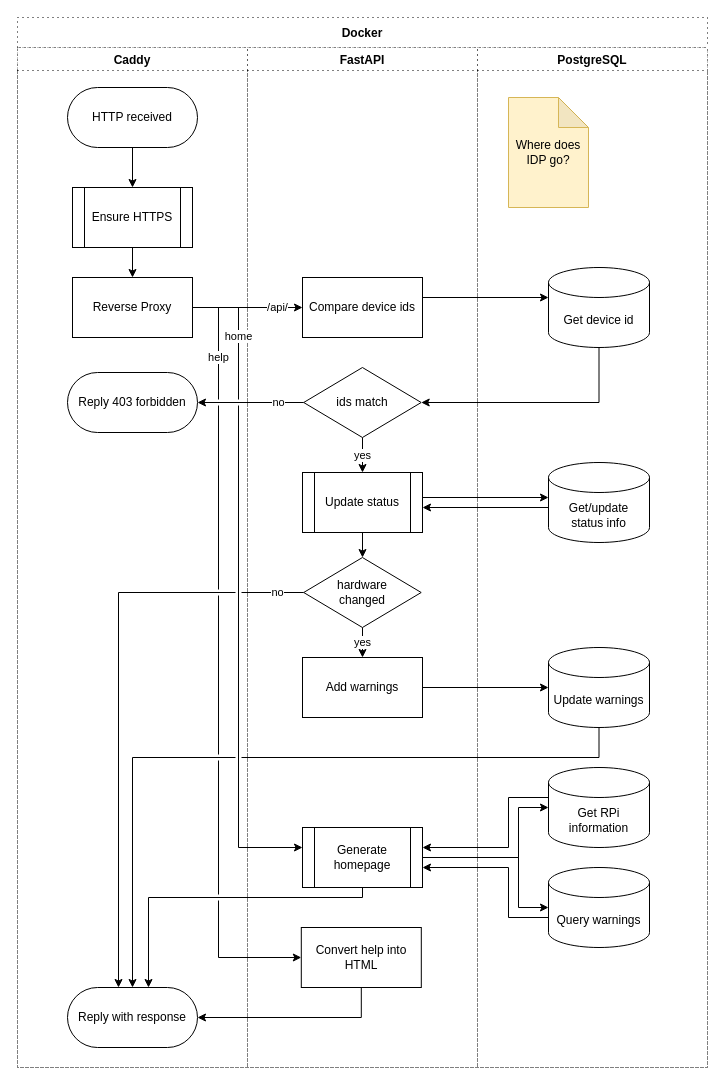
B-McDonnell/autopi keeps this draw.io diagram as docs/diagrams/server-arch.drawio. Above is the earlier version. Source tidied: cells renumbered, new cells numbered last; positions are measured from the earlier drawing's top-left corner, leaving out a move shared by most shapes. Both pictures are drawn from the tidied source at 100%, with x=0, y=0 at pixel (17, 17).
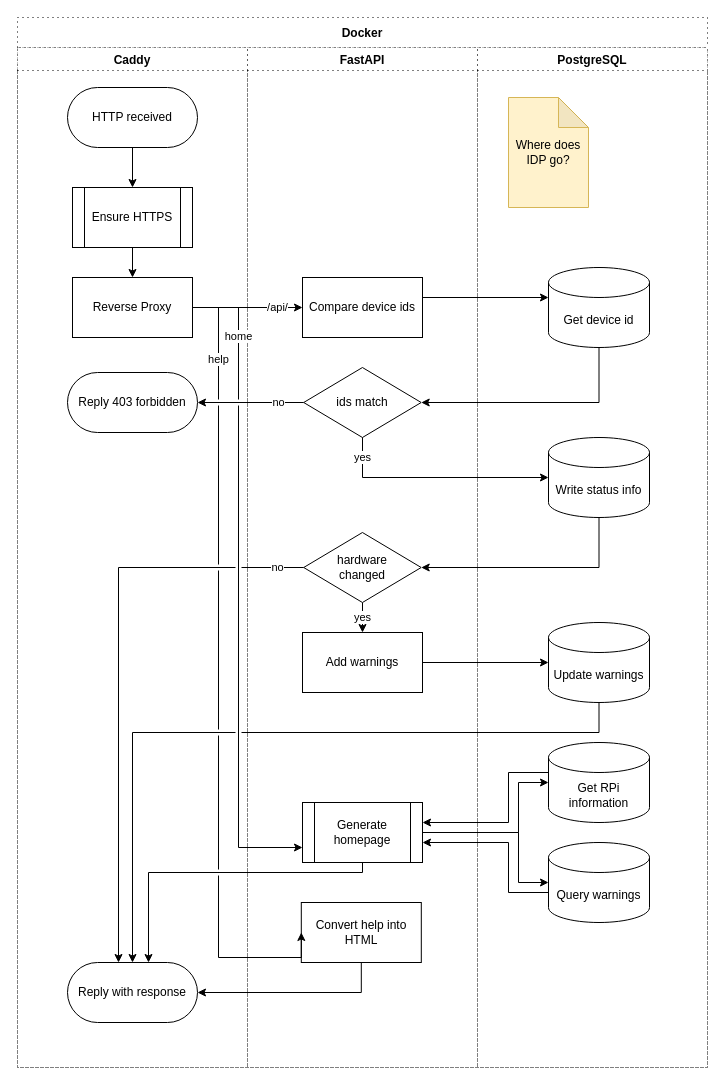
After the change.

Commit message:
Simplified status update process

The change refers to these unchanged cells:
```xml
<mxCell id="2" value="Docker" style="swimlane;startSize=30;dashed=1;dashPattern=1 4;" parent="1" vertex="1">
  <mxGeometry width="690" height="1050" as="geometry" />
</mxCell>
<mxCell id="3" value="Caddy" style="swimlane;dashed=1;dashPattern=1 4;" parent="2" vertex="1">
  <mxGeometry y="30" width="230" height="1020" as="geometry" />
</mxCell>
<mxCell id="11" value="FastAPI" style="swimlane;dashed=1;dashPattern=1 4;" parent="2" vertex="1">
  <mxGeometry x="230" y="30" width="230" height="1020" as="geometry" />
</mxCell>
<mxCell id="14" value="ids match" style="rhombus;whiteSpace=wrap;html=1;" parent="11" vertex="1">
  <mxGeometry x="56.2" y="320" width="117.5" height="70" as="geometry" />
</mxCell>
<mxCell id="22" value="PostgreSQL" style="swimlane;dashed=1;dashPattern=1 4;" parent="2" vertex="1">
  <mxGeometry x="460" y="30" width="230" height="1020" as="geometry" />
</mxCell>
```

Change to the diagram source:
```diff
@@
     <mxCell id="10" value="Reply with response" style="rounded=1;whiteSpace=wrap;html=1;arcSize=50;" parent="3" vertex="1">
-      <mxGeometry x="50" y="940" width="130" height="60" as="geometry" />
+      <mxGeometry x="50" y="915" width="130" height="60" as="geometry" />
     </mxCell>
@@
-    <mxCell id="13" value="yes" style="edgeStyle=orthogonalEdgeStyle;rounded=0;jettySize=auto;html=1;jumpStyle=gap;" parent="11" edge="1" source="14" target="16">
-      <mxGeometry relative="1" as="geometry" />
-    </mxCell>
@@
-    <mxCell id="15" style="edgeStyle=orthogonalEdgeStyle;rounded=0;jettySize=auto;html=1;jumpStyle=gap;" parent="11" edge="1" source="16" target="18">
-      <mxGeometry relative="1" as="geometry" />
-    </mxCell>
-    <mxCell id="16" value="Update status" style="shape=process;whiteSpace=wrap;html=1;backgroundOutline=1;" parent="11" vertex="1">
-      <mxGeometry x="55" y="425" width="120" height="60" as="geometry" />
-    </mxCell>
@@
     <mxCell id="18" value="&lt;div&gt;hardware &lt;br&gt;&lt;/div&gt;&lt;div&gt;changed&lt;/div&gt;" style="rhombus;whiteSpace=wrap;html=1;" parent="11" vertex="1">
-      <mxGeometry x="56.2" y="510" width="117.5" height="70" as="geometry" />
+      <mxGeometry x="56.2" y="485" width="117.5" height="70" as="geometry" />
     </mxCell>
     <mxCell id="19" value="Add warnings" style="rounded=0;whiteSpace=wrap;html=1;" parent="11" vertex="1">
-      <mxGeometry x="55" y="610" width="120" height="60" as="geometry" />
+      <mxGeometry x="55" y="585" width="120" height="60" as="geometry" />
     </mxCell>
     <mxCell id="20" value="Generate homepage" style="shape=process;whiteSpace=wrap;html=1;backgroundOutline=1;" parent="11" vertex="1">
-      <mxGeometry x="55" y="780" width="120" height="60" as="geometry" />
+      <mxGeometry x="55" y="755" width="120" height="60" as="geometry" />
     </mxCell>
     <mxCell id="21" value="Convert help into HTML" style="rounded=0;whiteSpace=wrap;html=1;strokeColor=#000000;" parent="11" vertex="1">
-      <mxGeometry x="53.8" y="880" width="120" height="60" as="geometry" />
+      <mxGeometry x="53.8" y="855" width="120" height="60" as="geometry" />
     </mxCell>
@@
-    <mxCell id="24" value="&lt;div&gt;Get/update &lt;br&gt;&lt;/div&gt;&lt;div&gt;status info&lt;/div&gt;" style="shape=cylinder3;whiteSpace=wrap;html=1;boundedLbl=1;backgroundOutline=1;size=15;" parent="22" vertex="1">
-      <mxGeometry x="71" y="415" width="101" height="80" as="geometry" />
+    <mxCell id="24" value="Write status info" style="shape=cylinder3;whiteSpace=wrap;html=1;boundedLbl=1;backgroundOutline=1;size=15;" parent="22" vertex="1">
+      <mxGeometry x="71" y="390" width="101" height="80" as="geometry" />
     </mxCell>
     <mxCell id="25" value="Update warnings" style="shape=cylinder3;whiteSpace=wrap;html=1;boundedLbl=1;backgroundOutline=1;size=15;" parent="22" vertex="1">
-      <mxGeometry x="71" y="600" width="101" height="80" as="geometry" />
+      <mxGeometry x="71" y="575" width="101" height="80" as="geometry" />
     </mxCell>
     <mxCell id="26" value="Get RPi information" style="shape=cylinder3;whiteSpace=wrap;html=1;boundedLbl=1;backgroundOutline=1;size=15;" parent="22" vertex="1">
-      <mxGeometry x="71" y="720" width="101" height="80" as="geometry" />
+      <mxGeometry x="71" y="695" width="101" height="80" as="geometry" />
     </mxCell>
     <mxCell id="27" value="Query warnings" style="shape=cylinder3;whiteSpace=wrap;html=1;boundedLbl=1;backgroundOutline=1;size=15;" parent="22" vertex="1">
-      <mxGeometry x="71" y="820" width="101" height="80" as="geometry" />
+      <mxGeometry x="71" y="795" width="101" height="80" as="geometry" />
     </mxCell>
@@
-    <mxCell id="33" style="edgeStyle=orthogonalEdgeStyle;rounded=0;jettySize=auto;html=1;jumpStyle=gap;" parent="2" edge="1" source="16" target="24">
-      <mxGeometry relative="1" as="geometry">
-        <Array as="points">
-          <mxPoint x="471" y="480" />
-          <mxPoint x="471" y="480" />
-        </Array>
-      </mxGeometry>
-    </mxCell>
-    <mxCell id="34" style="edgeStyle=orthogonalEdgeStyle;rounded=0;jettySize=auto;html=1;jumpStyle=gap;" parent="2" edge="1" source="24" target="16">
-      <mxGeometry relative="1" as="geometry">
-        <Array as="points">
-          <mxPoint x="471" y="490" />
-          <mxPoint x="471" y="490" />
-        </Array>
-      </mxGeometry>
-    </mxCell>
@@
     <mxCell id="37" style="edgeStyle=orthogonalEdgeStyle;rounded=0;jettySize=auto;html=1;jumpStyle=gap;" parent="2" edge="1" source="20" target="26">
       <mxGeometry relative="1" as="geometry">
         <Array as="points">
-          <mxPoint x="501" y="840" />
-          <mxPoint x="501" y="790" />
+          <mxPoint x="501" y="815" />
+          <mxPoint x="501" y="765" />
         </Array>
       </mxGeometry>
     </mxCell>
     <mxCell id="38" style="edgeStyle=orthogonalEdgeStyle;rounded=0;jettySize=auto;html=1;jumpStyle=gap;" parent="2" edge="1" source="26" target="20">
       <mxGeometry relative="1" as="geometry">
         <Array as="points">
-          <mxPoint x="491" y="780" />
-          <mxPoint x="491" y="830" />
+          <mxPoint x="491" y="755" />
+          <mxPoint x="491" y="805" />
         </Array>
       </mxGeometry>
     </mxCell>
     <mxCell id="39" style="edgeStyle=orthogonalEdgeStyle;rounded=0;jettySize=auto;html=1;jumpStyle=gap;" parent="2" edge="1" source="20" target="27">
       <mxGeometry relative="1" as="geometry">
         <Array as="points">
-          <mxPoint x="501" y="840" />
-          <mxPoint x="501" y="890" />
+          <mxPoint x="501" y="815" />
+          <mxPoint x="501" y="865" />
         </Array>
       </mxGeometry>
     </mxCell>
     <mxCell id="40" style="edgeStyle=orthogonalEdgeStyle;rounded=0;jettySize=auto;html=1;jumpStyle=gap;" parent="2" edge="1" source="27" target="20">
       <mxGeometry relative="1" as="geometry">
         <Array as="points">
-          <mxPoint x="491" y="900" />
-          <mxPoint x="491" y="850" />
+          <mxPoint x="491" y="875" />
+          <mxPoint x="491" y="825" />
         </Array>
       </mxGeometry>
     </mxCell>
     <mxCell id="41" style="edgeStyle=orthogonalEdgeStyle;rounded=0;jettySize=auto;html=1;jumpStyle=gap;" parent="2" edge="1" source="25" target="10">
       <mxGeometry relative="1" as="geometry">
         <Array as="points">
-          <mxPoint x="582" y="740" />
-          <mxPoint x="115" y="740" />
+          <mxPoint x="582" y="715" />
+          <mxPoint x="115" y="715" />
         </Array>
       </mxGeometry>
     </mxCell>
     <mxCell id="42" value="no" style="edgeStyle=orthogonalEdgeStyle;rounded=0;jettySize=auto;html=1;jumpStyle=gap;" parent="2" edge="1" source="18" target="10">
       <mxGeometry x="-0.91" relative="1" as="geometry">
         <Array as="points">
-          <mxPoint x="101" y="575" />
+          <mxPoint x="101" y="550" />
         </Array>
       </mxGeometry>
     </mxCell>
     <mxCell id="43" style="edgeStyle=orthogonalEdgeStyle;rounded=0;jettySize=auto;html=1;jumpStyle=gap;" parent="2" edge="1" source="20" target="10">
       <mxGeometry relative="1" as="geometry">
         <Array as="points">
-          <mxPoint x="345" y="880" />
-          <mxPoint x="131" y="880" />
+          <mxPoint x="345" y="855" />
+          <mxPoint x="131" y="855" />
         </Array>
       </mxGeometry>
     </mxCell>
@@
     <mxCell id="45" style="edgeStyle=orthogonalEdgeStyle;rounded=0;jettySize=auto;html=1;jumpStyle=gap;" parent="2" edge="1" source="21" target="10">
       <mxGeometry relative="1" as="geometry">
         <Array as="points">
-          <mxPoint x="344" y="1000" />
+          <mxPoint x="344" y="975" />
         </Array>
       </mxGeometry>
     </mxCell>
+    <mxCell id="13" value="yes" style="edgeStyle=orthogonalEdgeStyle;rounded=0;jettySize=auto;html=1;jumpStyle=gap;" parent="2" edge="1" source="14" target="24">
+      <mxGeometry x="-0.82" relative="1" as="geometry">
+        <Array as="points">
+          <mxPoint x="345" y="460" />
+        </Array>
+      </mxGeometry>
+    </mxCell>
+    <mxCell id="46" style="edgeStyle=orthogonalEdgeStyle;rounded=0;jettySize=auto;html=1;entryX=1;entryY=0.5;entryDx=0;entryDy=0;exitX=0.5;exitY=1;exitDx=0;exitDy=0;exitPerimeter=0;" parent="2" edge="1" source="24" target="18">
+      <mxGeometry relative="1" as="geometry" />
+    </mxCell>
```
